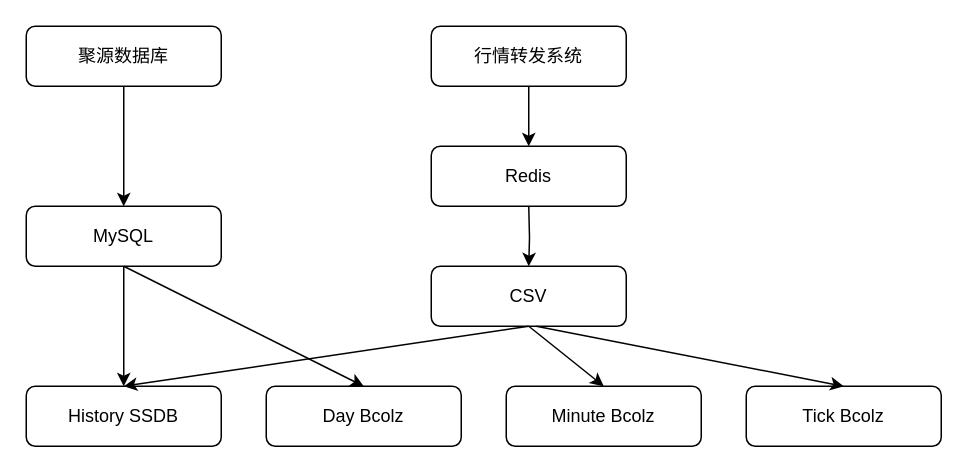
Above: 临时画板.drawio in kuanghy/app-diagrams-repo (draw.io), before the change. Source tidied: cells renumbered, new cells numbered last; positions are measured from the earlier drawing's top-left corner, leaving out a move shared by most shapes. Both pictures are drawn from the tidied source at 150%, with x=0, y=0 at pixel (26, 26).
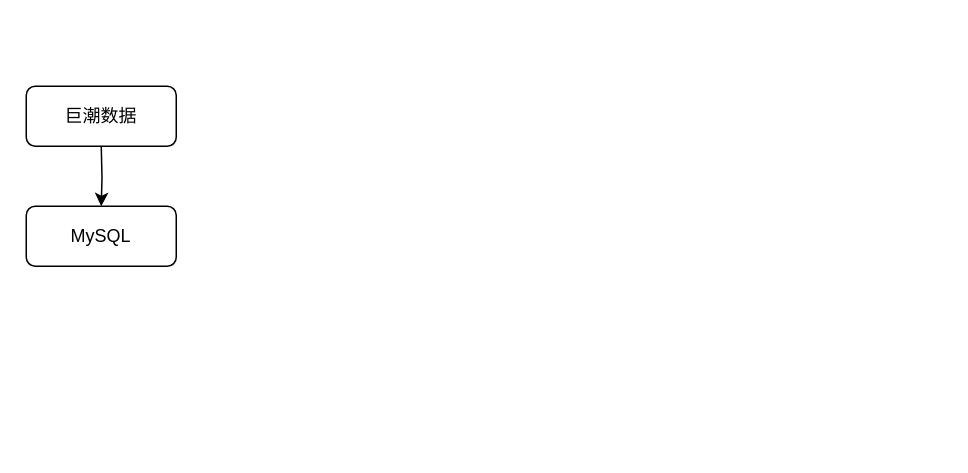
After the change.

Commit message:
更新临时画板.drawio

Diff of the diagram source:
```diff
@@
-    <mxCell id="2" style="edgeStyle=orthogonalEdgeStyle;rounded=0;jettySize=auto;html=1;entryX=0.5;entryY=0;entryDx=0;entryDy=0;" parent="1" edge="1" source="3" target="4">
-      <mxGeometry relative="1" as="geometry" />
-    </mxCell>
-    <mxCell id="3" value="行情转发系统" style="rounded=1;whiteSpace=wrap;html=1;" parent="1" vertex="1">
-      <mxGeometry x="270" width="130" height="40" as="geometry" />
-    </mxCell>
-    <mxCell id="4" value="Redis" style="rounded=1;whiteSpace=wrap;html=1;" parent="1" vertex="1">
-      <mxGeometry x="270" y="80" width="130" height="40" as="geometry" />
-    </mxCell>
-    <mxCell id="5" value="Day Bcolz" style="rounded=1;whiteSpace=wrap;html=1;" parent="1" vertex="1">
-      <mxGeometry x="160" y="240" width="130" height="40" as="geometry" />
-    </mxCell>
-    <mxCell id="6" value="CSV" style="rounded=1;whiteSpace=wrap;html=1;" parent="1" vertex="1">
-      <mxGeometry x="270" y="160" width="130" height="40" as="geometry" />
-    </mxCell>
-    <mxCell id="7" style="edgeStyle=orthogonalEdgeStyle;rounded=0;jettySize=auto;html=1;entryX=0.5;entryY=0;entryDx=0;entryDy=0;" parent="1" edge="1" target="6">
-      <mxGeometry relative="1" as="geometry">
-        <mxPoint x="335" y="120" as="sourcePoint" />
-      </mxGeometry>
-    </mxCell>
-    <mxCell id="8" style="edgeStyle=orthogonalEdgeStyle;rounded=0;jettySize=auto;html=1;exitX=0.5;exitY=1;exitDx=0;exitDy=0;entryX=0.5;entryY=0;entryDx=0;entryDy=0;" parent="1" edge="1" source="9" target="15">
-      <mxGeometry relative="1" as="geometry" />
-    </mxCell>
-    <mxCell id="9" value="聚源数据库" style="rounded=1;whiteSpace=wrap;html=1;" parent="1" vertex="1">
-      <mxGeometry width="130" height="40" as="geometry" />
-    </mxCell>
-    <mxCell id="10" value="History SSDB" style="rounded=1;whiteSpace=wrap;html=1;" parent="1" vertex="1">
-      <mxGeometry y="240" width="130" height="40" as="geometry" />
-    </mxCell>
-    <mxCell id="11" value="Minute Bcolz" style="rounded=1;whiteSpace=wrap;html=1;" parent="1" vertex="1">
-      <mxGeometry x="320" y="240" width="130" height="40" as="geometry" />
-    </mxCell>
-    <mxCell id="12" value="Tick Bcolz" style="rounded=1;whiteSpace=wrap;html=1;" parent="1" vertex="1">
-      <mxGeometry x="480" y="240" width="130" height="40" as="geometry" />
-    </mxCell>
-    <mxCell id="13" style="endArrow=classic;html=1;exitX=0.5;exitY=1;exitDx=0;exitDy=0;entryX=0.5;entryY=0;entryDx=0;entryDy=0;" parent="1" edge="1" source="6" target="10">
-      <mxGeometry relative="1" as="geometry" />
-    </mxCell>
-    <mxCell id="14" style="edgeStyle=orthogonalEdgeStyle;rounded=0;jettySize=auto;html=1;entryX=0.5;entryY=0;entryDx=0;entryDy=0;" parent="1" edge="1" source="15" target="10">
-      <mxGeometry relative="1" as="geometry" />
-    </mxCell>
+    <mxCell id="19" style="edgeStyle=orthogonalEdgeStyle;rounded=0;jettySize=auto;html=1;exitX=0.5;exitY=1;exitDx=0;exitDy=0;entryX=0.5;entryY=0;entryDx=0;entryDy=0;" parent="1" edge="1" target="15">
+      <mxGeometry relative="1" as="geometry">
+        <mxPoint x="50" y="80" as="sourcePoint" />
+      </mxGeometry>
+    </mxCell>
     <mxCell id="15" value="MySQL" style="rounded=1;whiteSpace=wrap;html=1;" parent="1" vertex="1">
-      <mxGeometry y="120" width="130" height="40" as="geometry" />
+      <mxGeometry y="120" width="100" height="40" as="geometry" />
     </mxCell>
-    <mxCell id="16" style="endArrow=classic;html=1;entryX=0.5;entryY=0;entryDx=0;entryDy=0;exitX=0.5;exitY=1;exitDx=0;exitDy=0;" parent="1" edge="1" source="15" target="5">
-      <mxGeometry relative="1" as="geometry" />
-    </mxCell>
-    <mxCell id="17" style="endArrow=classic;html=1;exitX=0.5;exitY=1;exitDx=0;exitDy=0;entryX=0.5;entryY=0;entryDx=0;entryDy=0;" parent="1" edge="1" source="6" target="11">
-      <mxGeometry relative="1" as="geometry" />
-    </mxCell>
-    <mxCell id="18" style="endArrow=classic;html=1;entryX=0.5;entryY=0;entryDx=0;entryDy=0;" parent="1" edge="1" target="12">
-      <mxGeometry relative="1" as="geometry">
-        <mxPoint x="340" y="200" as="sourcePoint" />
-      </mxGeometry>
-    </mxCell>
+    <mxCell id="20" value="巨潮数据" style="rounded=1;whiteSpace=wrap;html=1;" parent="1" vertex="1">
+      <mxGeometry y="40" width="100" height="40" as="geometry" />
+    </mxCell>
```
